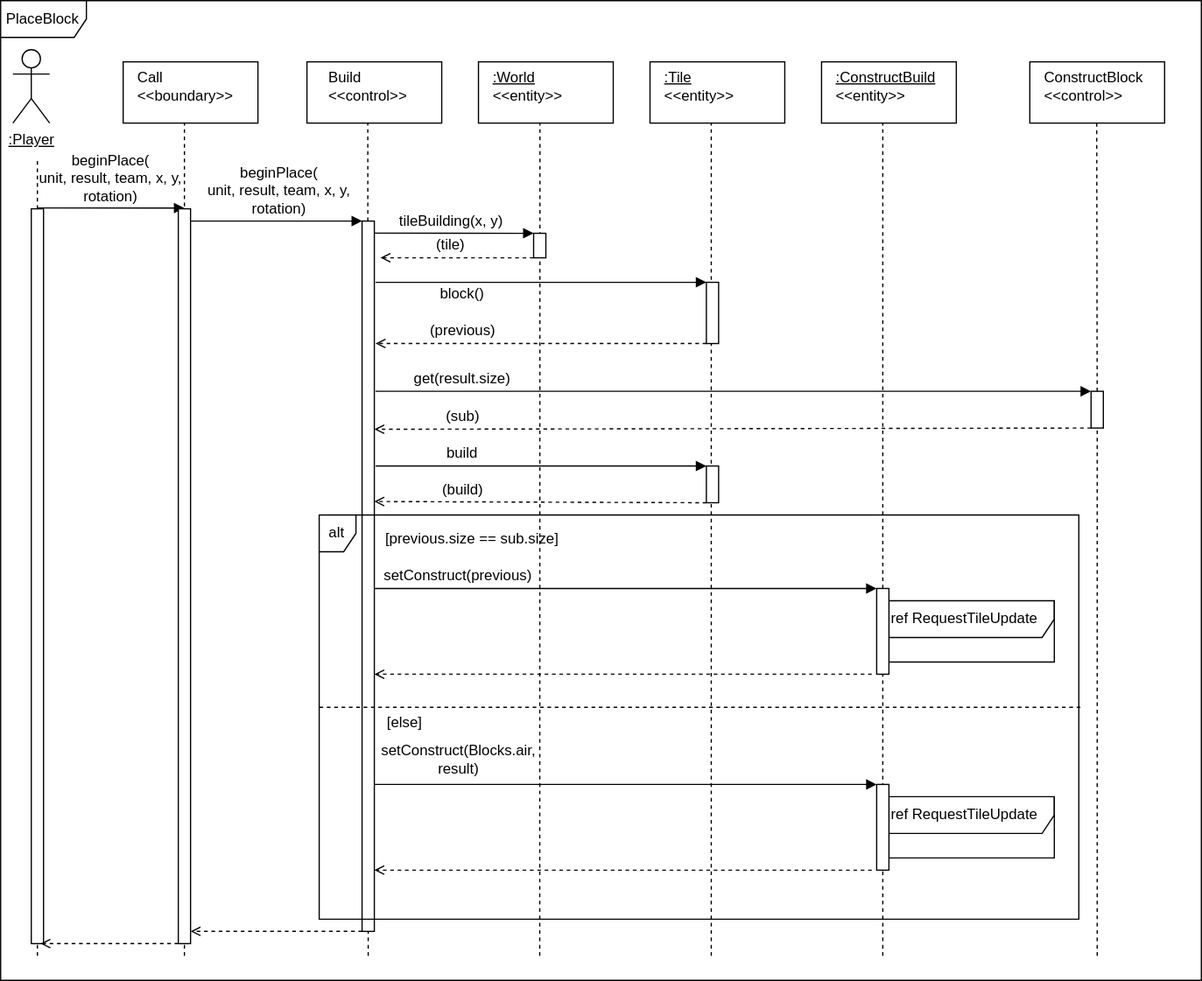
This is SE202526/Milestone3/UserStory2/assets/seqPlaceBlock.svg from gabits17/Mindustry-Add-ons-SE-Project, a draw.io export, as it was before one commit. Source tidied: cells renumbered, new cells last; positions are measured from the earlier drawing's top-left corner, leaving out a move shared by most shapes.
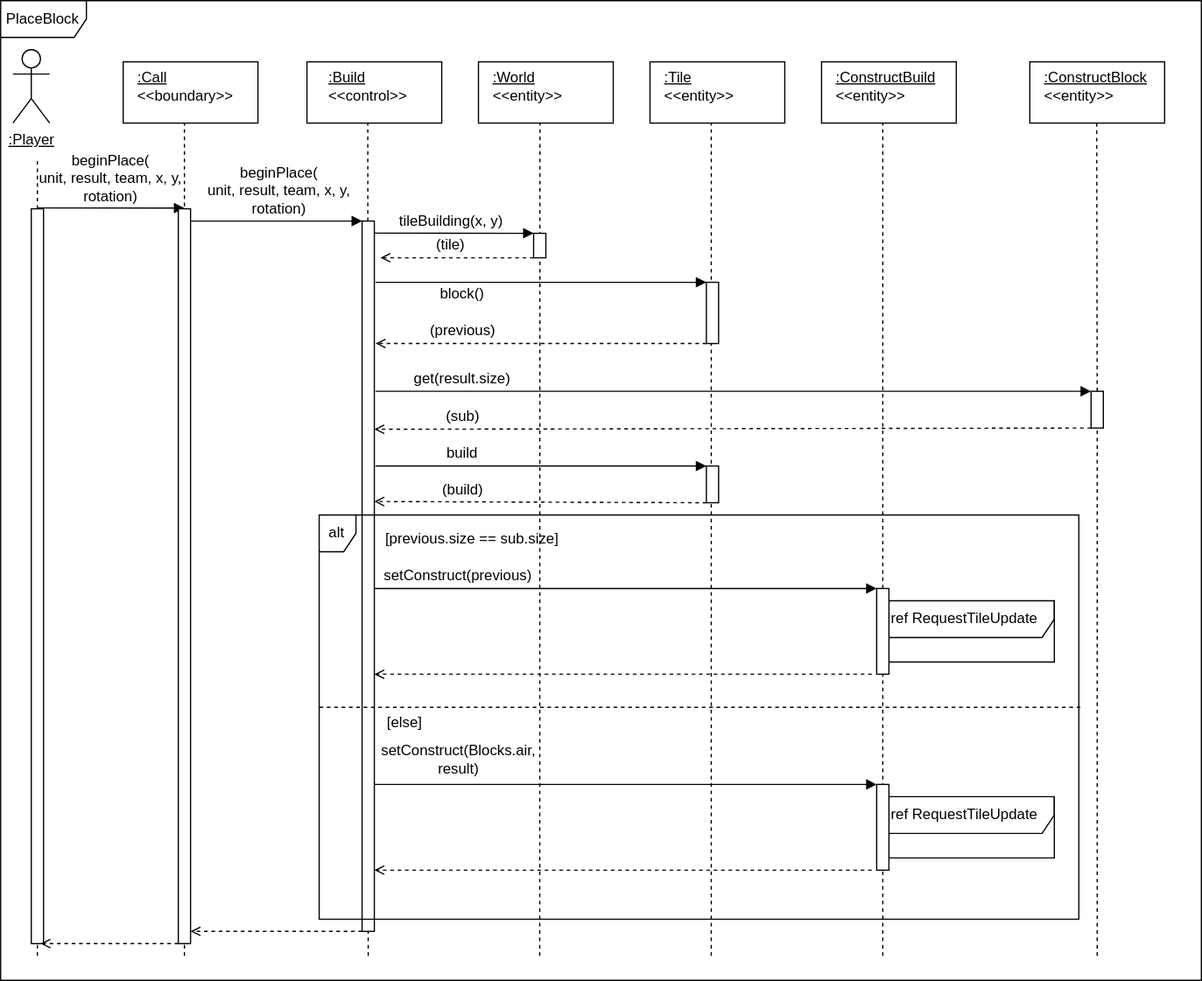
The same diagram one commit later.

The edit, as a diff of the source:
```diff
@@ -8,13 +8,13 @@
     <mxCell id="3" value="&lt;u&gt;:Player&lt;/u&gt;" style="shape=umlActor;verticalLabelPosition=bottom;verticalAlign=top;html=1;" parent="1" vertex="1">
       <mxGeometry x="10" y="40" width="30" height="60" as="geometry" />
     </mxCell>
-    <mxCell id="4" value="Call&lt;div&gt;&amp;lt;&amp;lt;boundary&amp;gt;&amp;gt;&lt;/div&gt;" style="text;html=1;whiteSpace=wrap;strokeColor=none;fillColor=none;align=left;verticalAlign=middle;rounded=0;" parent="1" vertex="1">
+    <mxCell id="4" value="&lt;u&gt;:Call&lt;/u&gt;&lt;div&gt;&amp;lt;&amp;lt;boundary&amp;gt;&amp;gt;&lt;/div&gt;" style="text;html=1;whiteSpace=wrap;strokeColor=none;fillColor=none;align=left;verticalAlign=middle;rounded=0;" parent="1" vertex="1">
       <mxGeometry x="110" y="55" width="60" height="30" as="geometry" />
     </mxCell>
     <mxCell id="5" style="rounded=0;whiteSpace=wrap;html=1;" parent="1" vertex="1">
       <mxGeometry x="250" y="50" width="110" height="50" as="geometry" />
     </mxCell>
-    <mxCell id="6" value="&lt;div style=&quot;text-align: left;&quot;&gt;&lt;span style=&quot;background-color: transparent; color: light-dark(rgb(0, 0, 0), rgb(255, 255, 255));&quot;&gt;Build&lt;/span&gt;&lt;/div&gt;&lt;div&gt;&amp;lt;&amp;lt;control&amp;gt;&amp;gt;&lt;/div&gt;" style="text;html=1;whiteSpace=wrap;strokeColor=none;fillColor=none;align=center;verticalAlign=middle;rounded=0;" parent="1" vertex="1">
+    <mxCell id="6" value="&lt;div style=&quot;text-align: left;&quot;&gt;&lt;span style=&quot;background-color: transparent; color: light-dark(rgb(0, 0, 0), rgb(255, 255, 255));&quot;&gt;&lt;u&gt;:Build&lt;/u&gt;&lt;/span&gt;&lt;/div&gt;&lt;div&gt;&amp;lt;&amp;lt;control&amp;gt;&amp;gt;&lt;/div&gt;" style="text;html=1;whiteSpace=wrap;strokeColor=none;fillColor=none;align=center;verticalAlign=middle;rounded=0;" parent="1" vertex="1">
       <mxGeometry x="270" y="55" width="60" height="30" as="geometry" />
     </mxCell>
     <mxCell id="7" value="&lt;div style=&quot;text-align: left;&quot;&gt;&lt;br&gt;&lt;/div&gt;" style="rounded=0;whiteSpace=wrap;html=1;" parent="1" vertex="1">
@@ -68,7 +68,7 @@
     <mxCell id="19" value="&lt;div style=&quot;text-align: left;&quot;&gt;&lt;br&gt;&lt;/div&gt;" style="rounded=0;whiteSpace=wrap;html=1;" parent="1" vertex="1">
       <mxGeometry x="840" y="50" width="110" height="50" as="geometry" />
     </mxCell>
-    <mxCell id="20" value="&lt;div style=&quot;&quot;&gt;&lt;div&gt;&lt;span style=&quot;background-color: transparent; color: light-dark(rgb(0, 0, 0), rgb(255, 255, 255));&quot;&gt;ConstructBlock&lt;/span&gt;&lt;/div&gt;&lt;div style=&quot;&quot;&gt;&amp;lt;&amp;lt;control&amp;gt;&amp;gt;&lt;/div&gt;&lt;/div&gt;" style="text;html=1;whiteSpace=wrap;strokeColor=none;fillColor=none;align=left;verticalAlign=middle;rounded=0;" parent="1" vertex="1">
+    <mxCell id="20" value="&lt;div style=&quot;&quot;&gt;&lt;div&gt;&lt;span style=&quot;background-color: transparent; color: light-dark(rgb(0, 0, 0), rgb(255, 255, 255));&quot;&gt;&lt;u&gt;:ConstructBlock&lt;/u&gt;&lt;/span&gt;&lt;/div&gt;&lt;div style=&quot;&quot;&gt;&amp;lt;&amp;lt;entity&amp;gt;&amp;gt;&lt;/div&gt;&lt;/div&gt;" style="text;html=1;whiteSpace=wrap;strokeColor=none;fillColor=none;align=left;verticalAlign=middle;rounded=0;" parent="1" vertex="1">
       <mxGeometry x="850" y="55" width="60" height="30" as="geometry" />
     </mxCell>
     <mxCell id="21" value="&lt;div style=&quot;text-align: left;&quot;&gt;&lt;br&gt;&lt;/div&gt;" style="rounded=0;whiteSpace=wrap;html=1;" parent="1" vertex="1">
```
